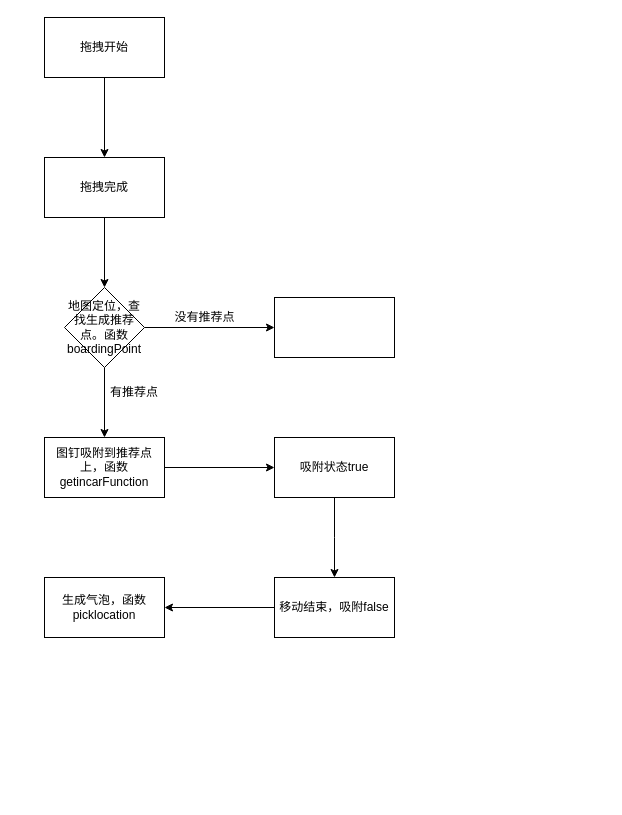
Earlier version of the draw.io diagram 拖动地图后自动吸附到上车点逻辑.drawio (Alan1034/heycars_h5). Source tidied: cells renumbered, new cells numbered last; positions are measured from the earlier drawing's top-left corner, leaving out a move shared by most shapes. Both pictures are drawn from the tidied source at 100%, with x=0, y=0 at pixel (44, 17).
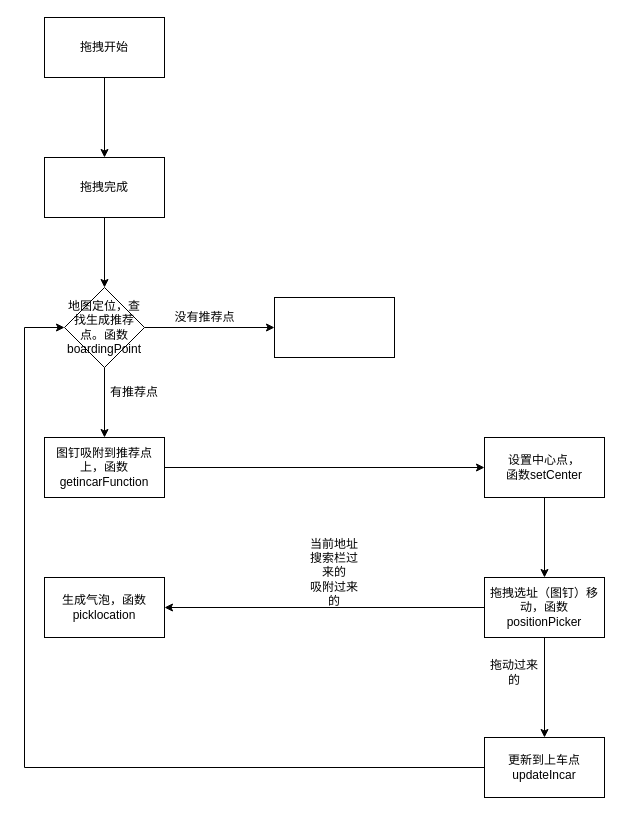
After the change.

Commit message:
Update 拖动地图后自动吸附到上车点逻辑.drawio

The change refers to these unchanged cells:
```xml
<mxCell id="8" value="图钉吸附到推荐点上，函数getincarFunction" style="rounded=0;whiteSpace=wrap;html=1;" parent="1" vertex="1">
  <mxGeometry y="420" width="120" height="60" as="geometry" />
</mxCell>
<mxCell id="9" value="生成气泡，函数picklocation" style="rounded=0;whiteSpace=wrap;html=1;" parent="1" vertex="1">
  <mxGeometry y="560" width="120" height="60" as="geometry" />
</mxCell>
<mxCell id="15" value="&lt;span&gt;地图定位，查找生成推荐点。函数boardingPoint&lt;/span&gt;" style="rhombus;whiteSpace=wrap;html=1;" parent="1" vertex="1">
  <mxGeometry x="20" y="270" width="80" height="80" as="geometry" />
</mxCell>
```

Change to the diagram source:
```diff
@@
-    <mxCell id="7" style="edgeStyle=orthogonalEdgeStyle;rounded=0;jettySize=auto;html=1;" parent="1" edge="1" source="8" target="11">
+    <mxCell id="7" style="edgeStyle=orthogonalEdgeStyle;rounded=0;jettySize=auto;html=1;entryX=0;entryY=0.5;entryDx=0;entryDy=0;" parent="1" edge="1" source="8" target="21">
       <mxGeometry relative="1" as="geometry" />
     </mxCell>
@@
-    <mxCell id="10" style="edgeStyle=orthogonalEdgeStyle;rounded=0;jettySize=auto;html=1;" parent="1" edge="1" source="11">
-      <mxGeometry relative="1" as="geometry">
-        <mxPoint x="290" y="560" as="targetPoint" />
-      </mxGeometry>
-    </mxCell>
-    <mxCell id="11" value="吸附状态true" style="rounded=0;whiteSpace=wrap;html=1;" parent="1" vertex="1">
-      <mxGeometry x="230" y="420" width="120" height="60" as="geometry" />
-    </mxCell>
-    <mxCell id="12" style="edgeStyle=orthogonalEdgeStyle;rounded=0;jettySize=auto;html=1;" parent="1" edge="1" source="13" target="9">
+    <mxCell id="12" style="edgeStyle=orthogonalEdgeStyle;rounded=0;jettySize=auto;html=1;exitX=0;exitY=0.5;exitDx=0;exitDy=0;" parent="1" edge="1" source="23" target="9">
       <mxGeometry relative="1" as="geometry" />
     </mxCell>
-    <mxCell id="13" value="移动结束，吸附false" style="rounded=0;whiteSpace=wrap;html=1;" parent="1" vertex="1">
-      <mxGeometry x="230" y="560" width="120" height="60" as="geometry" />
-    </mxCell>
@@
+    <mxCell id="19" value="当前地址&lt;br&gt;&lt;div&gt;搜索栏过来的&lt;/div&gt;&lt;div&gt;吸附过来的&lt;/div&gt;" style="text;html=1;strokeColor=none;fillColor=none;align=center;verticalAlign=middle;whiteSpace=wrap;rounded=0;" parent="1" vertex="1">
+      <mxGeometry x="260" y="540" width="60" height="30" as="geometry" />
+    </mxCell>
+    <mxCell id="20" style="edgeStyle=orthogonalEdgeStyle;rounded=0;jettySize=auto;html=1;" parent="1" edge="1" source="21" target="23">
+      <mxGeometry relative="1" as="geometry" />
+    </mxCell>
+    <mxCell id="21" value="设置中心点，&lt;br&gt;函数setCenter" style="rounded=0;whiteSpace=wrap;html=1;" parent="1" vertex="1">
+      <mxGeometry x="440" y="420" width="120" height="60" as="geometry" />
+    </mxCell>
+    <mxCell id="22" style="edgeStyle=orthogonalEdgeStyle;rounded=0;jettySize=auto;html=1;" parent="1" edge="1" source="23" target="25">
+      <mxGeometry relative="1" as="geometry" />
+    </mxCell>
+    <mxCell id="23" value="拖拽选址（图钉）移动，函数positionPicker" style="rounded=0;whiteSpace=wrap;html=1;" parent="1" vertex="1">
+      <mxGeometry x="440" y="560" width="120" height="60" as="geometry" />
+    </mxCell>
+    <mxCell id="24" style="edgeStyle=orthogonalEdgeStyle;rounded=0;jettySize=auto;html=1;entryX=0;entryY=0.5;entryDx=0;entryDy=0;" parent="1" edge="1" source="25" target="15">
+      <mxGeometry relative="1" as="geometry">
+        <Array as="points">
+          <mxPoint x="-20" y="750" />
+          <mxPoint x="-20" y="310" />
+        </Array>
+      </mxGeometry>
+    </mxCell>
+    <mxCell id="25" value="更新到上车点updateIncar" style="rounded=0;whiteSpace=wrap;html=1;" parent="1" vertex="1">
+      <mxGeometry x="440" y="720" width="120" height="60" as="geometry" />
+    </mxCell>
+    <mxCell id="26" value="拖动过来的" style="text;html=1;strokeColor=none;fillColor=none;align=center;verticalAlign=middle;whiteSpace=wrap;rounded=0;" parent="1" vertex="1">
+      <mxGeometry x="440" y="640" width="60" height="30" as="geometry" />
+    </mxCell>
```
